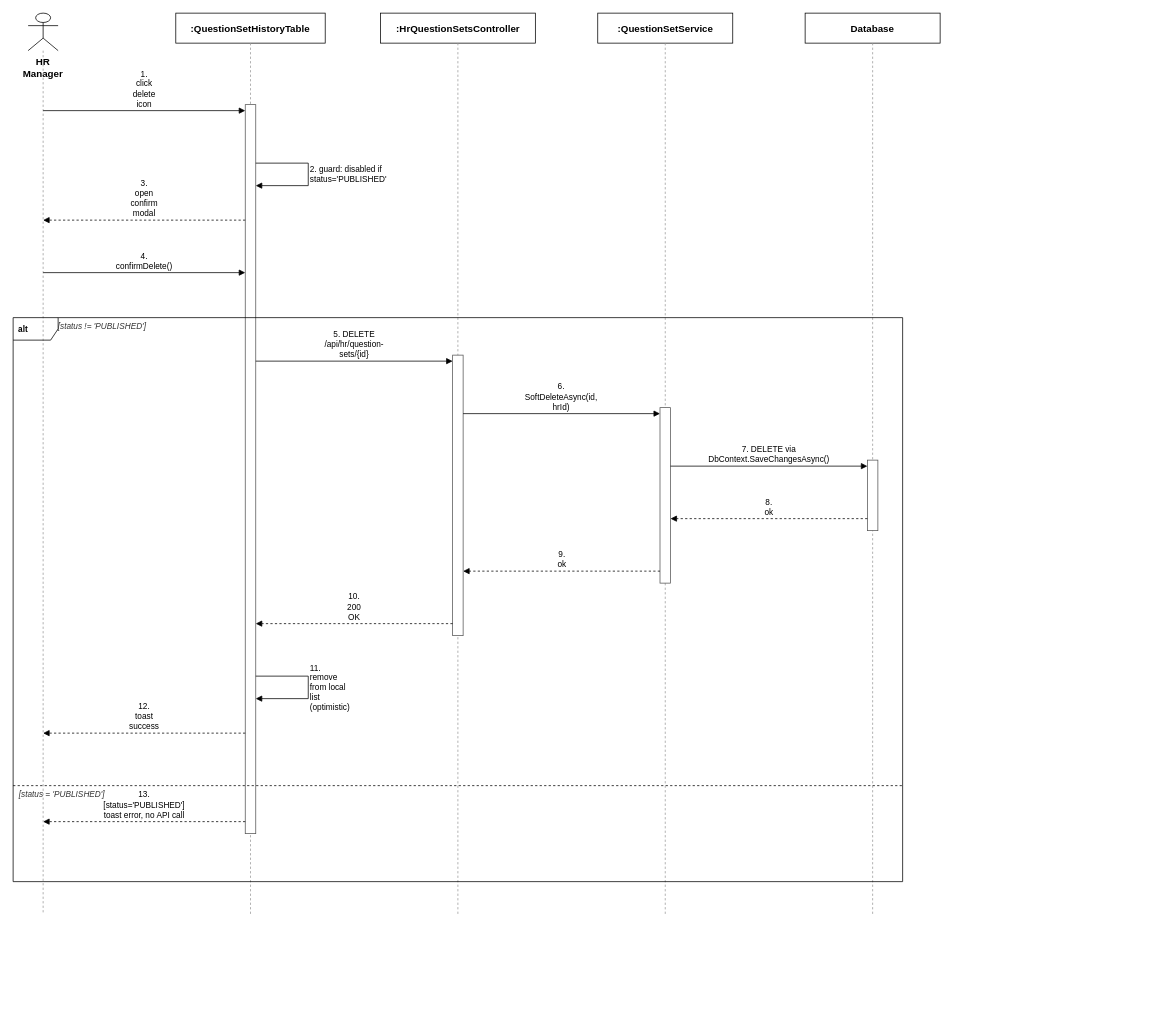
Earlier version of the draw.io diagram docs/qa/Nam_SequenceDiagram/Report4_SequenceDiagram_JobDescriptionManagement_DeleteJD.drawio (tulklk/AI_Interview_Question_Generation_RAG_LLM_FE). Source tidied: cells renumbered, new cells numbered last; positions are measured from the earlier drawing's top-left corner, leaving out a move shared by most shapes. Both pictures are drawn from the tidied source at 75%, with x=0, y=0 at pixel (13, 13).
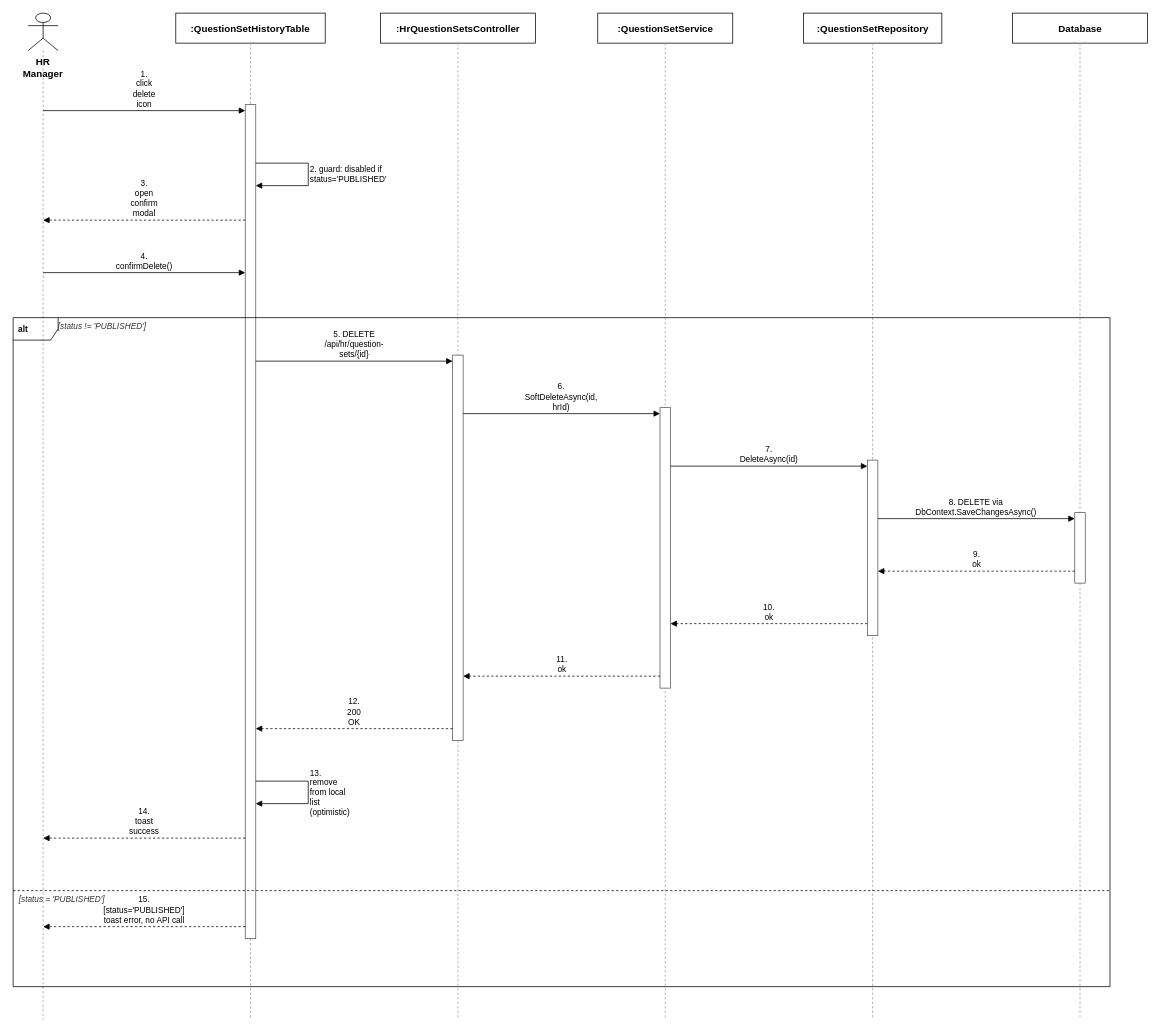
Above is the later version.

The edit, as a diff of the source:
```diff
@@
     <mxCell id="3" style="endArrow=none;dashed=1;html=1;strokeColor=#999999;" parent="1" edge="1">
       <mxGeometry relative="1" as="geometry">
         <mxPoint x="40" y="50" as="sourcePoint" />
-        <mxPoint x="40" y="1202" as="targetPoint" />
+        <mxPoint x="40" y="1342" as="targetPoint" />
       </mxGeometry>
     </mxCell>
@@
     <mxCell id="5" style="endArrow=none;dashed=1;html=1;strokeColor=#999999;" parent="1" edge="1">
       <mxGeometry relative="1" as="geometry">
         <mxPoint x="316.5" y="40" as="sourcePoint" />
-        <mxPoint x="316.5" y="1202" as="targetPoint" />
+        <mxPoint x="316.5" y="1342" as="targetPoint" />
       </mxGeometry>
     </mxCell>
@@
     <mxCell id="7" style="endArrow=none;dashed=1;html=1;strokeColor=#999999;" parent="1" edge="1">
       <mxGeometry relative="1" as="geometry">
         <mxPoint x="593" y="40" as="sourcePoint" />
-        <mxPoint x="593" y="1202" as="targetPoint" />
+        <mxPoint x="593" y="1342" as="targetPoint" />
       </mxGeometry>
     </mxCell>
@@
     <mxCell id="9" style="endArrow=none;dashed=1;html=1;strokeColor=#999999;" parent="1" edge="1">
       <mxGeometry relative="1" as="geometry">
         <mxPoint x="869.5" y="40" as="sourcePoint" />
-        <mxPoint x="869.5" y="1202" as="targetPoint" />
+        <mxPoint x="869.5" y="1342" as="targetPoint" />
       </mxGeometry>
     </mxCell>
-    <mxCell id="10" value="Database" style="rounded=0;whiteSpace=wrap;html=1;fontSize=13;fillColor=#ffffff;strokeColor=#000000;fontStyle=1;" parent="1" vertex="1">
-      <mxGeometry x="1056" width="180" height="40" as="geometry" />
+    <mxCell id="10" value=":QuestionSetRepository" style="rounded=0;whiteSpace=wrap;html=1;fontSize=13;fillColor=#ffffff;strokeColor=#000000;fontStyle=1;" parent="1" vertex="1">
+      <mxGeometry x="1053.7" width="184.6" height="40" as="geometry" />
     </mxCell>
     <mxCell id="11" style="endArrow=none;dashed=1;html=1;strokeColor=#999999;" parent="1" edge="1">
       <mxGeometry relative="1" as="geometry">
         <mxPoint x="1146" y="40" as="sourcePoint" />
-        <mxPoint x="1146" y="1202" as="targetPoint" />
+        <mxPoint x="1146" y="1342" as="targetPoint" />
       </mxGeometry>
     </mxCell>
-    <mxCell id="12" style="rounded=0;whiteSpace=wrap;html=1;fillColor=#ffffff;strokeColor=#555555;" parent="1" vertex="1">
-      <mxGeometry x="309.5" y="122" width="14" height="972" as="geometry" />
+    <mxCell id="12" value="Database" style="rounded=0;whiteSpace=wrap;html=1;fontSize=13;fillColor=#ffffff;strokeColor=#000000;fontStyle=1;" parent="1" vertex="1">
+      <mxGeometry x="1332.5" width="180" height="40" as="geometry" />
     </mxCell>
-    <mxCell id="13" style="rounded=0;whiteSpace=wrap;html=1;fillColor=#ffffff;strokeColor=#555555;" parent="1" vertex="1">
-      <mxGeometry x="586" y="456" width="14" height="374" as="geometry" />
+    <mxCell id="13" style="endArrow=none;dashed=1;html=1;strokeColor=#999999;" parent="1" edge="1">
+      <mxGeometry relative="1" as="geometry">
+        <mxPoint x="1422.5" y="40" as="sourcePoint" />
+        <mxPoint x="1422.5" y="1342" as="targetPoint" />
+      </mxGeometry>
     </mxCell>
     <mxCell id="14" style="rounded=0;whiteSpace=wrap;html=1;fillColor=#ffffff;strokeColor=#555555;" parent="1" vertex="1">
-      <mxGeometry x="862.5" y="526" width="14" height="234" as="geometry" />
+      <mxGeometry x="309.5" y="122" width="14" height="1112" as="geometry" />
     </mxCell>
     <mxCell id="15" style="rounded=0;whiteSpace=wrap;html=1;fillColor=#ffffff;strokeColor=#555555;" parent="1" vertex="1">
-      <mxGeometry x="1139" y="596" width="14" height="94" as="geometry" />
+      <mxGeometry x="586" y="456" width="14" height="514" as="geometry" />
     </mxCell>
-    <mxCell id="16" value="1. click delete icon" style="endArrow=block;endFill=1;html=1;whiteSpace=wrap;fontSize=11;align=center;verticalAlign=bottom;labelBackgroundColor=#ffffff;strokeColor=#000000;" parent="1" edge="1">
-      <mxGeometry relative="1" as="geometry">
-        <mxPoint x="40" y="130" as="sourcePoint" />
-        <mxPoint x="309.5" y="130" as="targetPoint" />
-      </mxGeometry>
+    <mxCell id="16" style="rounded=0;whiteSpace=wrap;html=1;fillColor=#ffffff;strokeColor=#555555;" parent="1" vertex="1">
+      <mxGeometry x="862.5" y="526" width="14" height="374" as="geometry" />
     </mxCell>
-    <mxCell id="17" value="2. guard: disabled if status='PUBLISHED'" style="endArrow=block;endFill=1;html=1;whiteSpace=wrap;fontSize=11;align=left;verticalAlign=middle;labelBackgroundColor=#ffffff;rounded=0;strokeColor=#000000;" parent="1" edge="1">
-      <mxGeometry relative="1" as="geometry">
-        <mxPoint x="323.5" y="200" as="sourcePoint" />
-        <mxPoint x="323.5" y="230" as="targetPoint" />
-        <Array as="points">
-          <mxPoint x="393.5" y="200" />
-          <mxPoint x="393.5" y="230" />
-        </Array>
-      </mxGeometry>
+    <mxCell id="17" style="rounded=0;whiteSpace=wrap;html=1;fillColor=#ffffff;strokeColor=#555555;" parent="1" vertex="1">
+      <mxGeometry x="1139" y="596" width="14" height="234" as="geometry" />
     </mxCell>
-    <mxCell id="18" value="3. open confirm modal" style="endArrow=block;endFill=1;html=1;whiteSpace=wrap;dashed=1;fontSize=11;align=center;verticalAlign=bottom;labelBackgroundColor=#ffffff;strokeColor=#000000;" parent="1" edge="1">
-      <mxGeometry relative="1" as="geometry">
-        <mxPoint x="309.5" y="276" as="sourcePoint" />
-        <mxPoint x="40" y="276" as="targetPoint" />
-      </mxGeometry>
+    <mxCell id="18" style="rounded=0;whiteSpace=wrap;html=1;fillColor=#ffffff;strokeColor=#555555;" parent="1" vertex="1">
+      <mxGeometry x="1415.5" y="666" width="14" height="94" as="geometry" />
     </mxCell>
-    <mxCell id="19" value="4. confirmDelete()" style="endArrow=block;endFill=1;html=1;whiteSpace=wrap;fontSize=11;align=center;verticalAlign=bottom;labelBackgroundColor=#ffffff;strokeColor=#000000;" parent="1" edge="1">
+    <mxCell id="19" value="1. click delete icon" style="endArrow=block;endFill=1;html=1;whiteSpace=wrap;fontSize=11;align=center;verticalAlign=bottom;labelBackgroundColor=#ffffff;strokeColor=#000000;" parent="1" edge="1">
       <mxGeometry relative="1" as="geometry">
-        <mxPoint x="40" y="346" as="sourcePoint" />
-        <mxPoint x="309.5" y="346" as="targetPoint" />
+        <mxPoint x="40" y="130" as="sourcePoint" />
+        <mxPoint x="309.5" y="130" as="targetPoint" />
       </mxGeometry>
     </mxCell>
-    <mxCell id="20" value="5. DELETE /api/hr/question-sets/{id}" style="endArrow=block;endFill=1;html=1;whiteSpace=wrap;fontSize=11;align=center;verticalAlign=bottom;labelBackgroundColor=#ffffff;strokeColor=#000000;" parent="1" edge="1">
+    <mxCell id="20" value="2. guard: disabled if status='PUBLISHED'" style="endArrow=block;endFill=1;html=1;whiteSpace=wrap;fontSize=11;align=left;verticalAlign=middle;labelBackgroundColor=#ffffff;rounded=0;strokeColor=#000000;" parent="1" edge="1">
       <mxGeometry relative="1" as="geometry">
-        <mxPoint x="323.5" y="464" as="sourcePoint" />
-        <mxPoint x="586" y="464" as="targetPoint" />
+        <mxPoint x="323.5" y="200" as="sourcePoint" />
+        <mxPoint x="323.5" y="230" as="targetPoint" />
+        <Array as="points">
+          <mxPoint x="393.5" y="200" />
+          <mxPoint x="393.5" y="230" />
+        </Array>
       </mxGeometry>
     </mxCell>
-    <mxCell id="21" value="6. SoftDeleteAsync(id, hrId)" style="endArrow=block;endFill=1;html=1;whiteSpace=wrap;fontSize=11;align=center;verticalAlign=bottom;labelBackgroundColor=#ffffff;strokeColor=#000000;" parent="1" edge="1">
+    <mxCell id="21" value="3. open confirm modal" style="endArrow=block;endFill=1;html=1;whiteSpace=wrap;dashed=1;fontSize=11;align=center;verticalAlign=bottom;labelBackgroundColor=#ffffff;strokeColor=#000000;" parent="1" edge="1">
       <mxGeometry relative="1" as="geometry">
-        <mxPoint x="600" y="534" as="sourcePoint" />
-        <mxPoint x="862.5" y="534" as="targetPoint" />
+        <mxPoint x="309.5" y="276" as="sourcePoint" />
+        <mxPoint x="40" y="276" as="targetPoint" />
       </mxGeometry>
     </mxCell>
-    <mxCell id="22" value="7. DELETE via DbContext.SaveChangesAsync()" style="endArrow=block;endFill=1;html=1;whiteSpace=wrap;fontSize=11;align=center;verticalAlign=bottom;labelBackgroundColor=#ffffff;strokeColor=#000000;" parent="1" edge="1">
+    <mxCell id="22" value="4. confirmDelete()" style="endArrow=block;endFill=1;html=1;whiteSpace=wrap;fontSize=11;align=center;verticalAlign=bottom;labelBackgroundColor=#ffffff;strokeColor=#000000;" parent="1" edge="1">
       <mxGeometry relative="1" as="geometry">
-        <mxPoint x="876.5" y="604" as="sourcePoint" />
-        <mxPoint x="1139" y="604" as="targetPoint" />
+        <mxPoint x="40" y="346" as="sourcePoint" />
+        <mxPoint x="309.5" y="346" as="targetPoint" />
       </mxGeometry>
     </mxCell>
-    <mxCell id="23" value="8. ok" style="endArrow=block;endFill=1;html=1;whiteSpace=wrap;dashed=1;fontSize=11;align=center;verticalAlign=bottom;labelBackgroundColor=#ffffff;strokeColor=#000000;" parent="1" edge="1">
+    <mxCell id="23" value="5. DELETE /api/hr/question-sets/{id}" style="endArrow=block;endFill=1;html=1;whiteSpace=wrap;fontSize=11;align=center;verticalAlign=bottom;labelBackgroundColor=#ffffff;strokeColor=#000000;" parent="1" edge="1">
       <mxGeometry relative="1" as="geometry">
-        <mxPoint x="1139" y="674" as="sourcePoint" />
-        <mxPoint x="876.5" y="674" as="targetPoint" />
+        <mxPoint x="323.5" y="464" as="sourcePoint" />
+        <mxPoint x="586" y="464" as="targetPoint" />
       </mxGeometry>
     </mxCell>
-    <mxCell id="24" value="9. ok" style="endArrow=block;endFill=1;html=1;whiteSpace=wrap;dashed=1;fontSize=11;align=center;verticalAlign=bottom;labelBackgroundColor=#ffffff;strokeColor=#000000;" parent="1" edge="1">
+    <mxCell id="24" value="6. SoftDeleteAsync(id, hrId)" style="endArrow=block;endFill=1;html=1;whiteSpace=wrap;fontSize=11;align=center;verticalAlign=bottom;labelBackgroundColor=#ffffff;strokeColor=#000000;" parent="1" edge="1">
       <mxGeometry relative="1" as="geometry">
-        <mxPoint x="862.5" y="744" as="sourcePoint" />
-        <mxPoint x="600" y="744" as="targetPoint" />
+        <mxPoint x="600" y="534" as="sourcePoint" />
+        <mxPoint x="862.5" y="534" as="targetPoint" />
       </mxGeometry>
     </mxCell>
-    <mxCell id="25" value="10. 200 OK" style="endArrow=block;endFill=1;html=1;whiteSpace=wrap;dashed=1;fontSize=11;align=center;verticalAlign=bottom;labelBackgroundColor=#ffffff;strokeColor=#000000;" parent="1" edge="1">
+    <mxCell id="25" value="7. DeleteAsync(id)" style="endArrow=block;endFill=1;html=1;whiteSpace=wrap;fontSize=11;align=center;verticalAlign=bottom;labelBackgroundColor=#ffffff;strokeColor=#000000;" parent="1" edge="1">
       <mxGeometry relative="1" as="geometry">
-        <mxPoint x="586" y="814" as="sourcePoint" />
-        <mxPoint x="323.5" y="814" as="targetPoint" />
+        <mxPoint x="876.5" y="604" as="sourcePoint" />
+        <mxPoint x="1139" y="604" as="targetPoint" />
       </mxGeometry>
     </mxCell>
-    <mxCell id="26" value="11. remove from local list (optimistic)" style="endArrow=block;endFill=1;html=1;whiteSpace=wrap;fontSize=11;align=left;verticalAlign=middle;labelBackgroundColor=#ffffff;rounded=0;strokeColor=#000000;" parent="1" edge="1">
+    <mxCell id="26" value="8. DELETE via DbContext.SaveChangesAsync()" style="endArrow=block;endFill=1;html=1;whiteSpace=wrap;fontSize=11;align=center;verticalAlign=bottom;labelBackgroundColor=#ffffff;strokeColor=#000000;" parent="1" edge="1">
       <mxGeometry relative="1" as="geometry">
-        <mxPoint x="323.5" y="884" as="sourcePoint" />
-        <mxPoint x="323.5" y="914" as="targetPoint" />
-        <Array as="points">
-          <mxPoint x="393.5" y="884" />
-          <mxPoint x="393.5" y="914" />
-        </Array>
+        <mxPoint x="1153" y="674" as="sourcePoint" />
+        <mxPoint x="1415.5" y="674" as="targetPoint" />
       </mxGeometry>
     </mxCell>
-    <mxCell id="27" value="12. toast success" style="endArrow=block;endFill=1;html=1;whiteSpace=wrap;dashed=1;fontSize=11;align=center;verticalAlign=bottom;labelBackgroundColor=#ffffff;strokeColor=#000000;" parent="1" edge="1">
+    <mxCell id="27" value="9. ok" style="endArrow=block;endFill=1;html=1;whiteSpace=wrap;dashed=1;fontSize=11;align=center;verticalAlign=bottom;labelBackgroundColor=#ffffff;strokeColor=#000000;" parent="1" edge="1">
       <mxGeometry relative="1" as="geometry">
-        <mxPoint x="309.5" y="960" as="sourcePoint" />
-        <mxPoint x="40" y="960" as="targetPoint" />
+        <mxPoint x="1415.5" y="744" as="sourcePoint" />
+        <mxPoint x="1153" y="744" as="targetPoint" />
       </mxGeometry>
     </mxCell>
-    <mxCell id="28" value="13. [status='PUBLISHED'] toast error, no API call" style="endArrow=block;endFill=1;html=1;whiteSpace=wrap;dashed=1;fontSize=11;align=center;verticalAlign=bottom;labelBackgroundColor=#ffffff;strokeColor=#000000;" parent="1" edge="1">
+    <mxCell id="28" value="10. ok" style="endArrow=block;endFill=1;html=1;whiteSpace=wrap;dashed=1;fontSize=11;align=center;verticalAlign=bottom;labelBackgroundColor=#ffffff;strokeColor=#000000;" parent="1" edge="1">
       <mxGeometry relative="1" as="geometry">
-        <mxPoint x="309.5" y="1078" as="sourcePoint" />
-        <mxPoint x="40" y="1078" as="targetPoint" />
+        <mxPoint x="1139" y="814" as="sourcePoint" />
+        <mxPoint x="876.5" y="814" as="targetPoint" />
       </mxGeometry>
     </mxCell>
-    <mxCell id="29" value="&lt;b&gt;&amp;nbsp;alt&amp;nbsp;&lt;/b&gt;" style="shape=umlFrame;whiteSpace=wrap;html=1;align=left;verticalAlign=top;fontSize=11;spacingLeft=2;spacingTop=2;strokeColor=#000000;fillColor=none;" parent="1" vertex="1">
-      <mxGeometry y="406" width="1186" height="752" as="geometry" />
+    <mxCell id="29" value="11. ok" style="endArrow=block;endFill=1;html=1;whiteSpace=wrap;dashed=1;fontSize=11;align=center;verticalAlign=bottom;labelBackgroundColor=#ffffff;strokeColor=#000000;" parent="1" edge="1">
+      <mxGeometry relative="1" as="geometry">
+        <mxPoint x="862.5" y="884" as="sourcePoint" />
+        <mxPoint x="600" y="884" as="targetPoint" />
+      </mxGeometry>
     </mxCell>
-    <mxCell id="30" value="[status != 'PUBLISHED']" style="text;html=1;align=left;verticalAlign=middle;fontSize=11;fontColor=#333333;fontStyle=2;" parent="1" vertex="1">
-      <mxGeometry x="58" y="408" width="1122" height="20" as="geometry" />
+    <mxCell id="30" value="12. 200 OK" style="endArrow=block;endFill=1;html=1;whiteSpace=wrap;dashed=1;fontSize=11;align=center;verticalAlign=bottom;labelBackgroundColor=#ffffff;strokeColor=#000000;" parent="1" edge="1">
+      <mxGeometry relative="1" as="geometry">
+        <mxPoint x="586" y="954" as="sourcePoint" />
+        <mxPoint x="323.5" y="954" as="targetPoint" />
+      </mxGeometry>
     </mxCell>
-    <mxCell id="31" style="endArrow=none;dashed=1;html=1;strokeColor=#000000;" parent="1" edge="1">
+    <mxCell id="31" value="13. remove from local list (optimistic)" style="endArrow=block;endFill=1;html=1;whiteSpace=wrap;fontSize=11;align=left;verticalAlign=middle;labelBackgroundColor=#ffffff;rounded=0;strokeColor=#000000;" parent="1" edge="1">
       <mxGeometry relative="1" as="geometry">
-        <mxPoint y="1030" as="sourcePoint" />
-        <mxPoint x="1186" y="1030" as="targetPoint" />
+        <mxPoint x="323.5" y="1024" as="sourcePoint" />
+        <mxPoint x="323.5" y="1054" as="targetPoint" />
+        <Array as="points">
+          <mxPoint x="393.5" y="1024" />
+          <mxPoint x="393.5" y="1054" />
+        </Array>
       </mxGeometry>
     </mxCell>
-    <mxCell id="32" value="[status = 'PUBLISHED']" style="text;html=1;align=left;verticalAlign=middle;fontSize=11;fontColor=#333333;fontStyle=2;" parent="1" vertex="1">
-      <mxGeometry x="6" y="1032" width="1174" height="20" as="geometry" />
+    <mxCell id="32" value="14. toast success" style="endArrow=block;endFill=1;html=1;whiteSpace=wrap;dashed=1;fontSize=11;align=center;verticalAlign=bottom;labelBackgroundColor=#ffffff;strokeColor=#000000;" parent="1" edge="1">
+      <mxGeometry relative="1" as="geometry">
+        <mxPoint x="309.5" y="1100" as="sourcePoint" />
+        <mxPoint x="40" y="1100" as="targetPoint" />
+      </mxGeometry>
     </mxCell>
+    <mxCell id="33" value="15. [status='PUBLISHED'] toast error, no API call" style="endArrow=block;endFill=1;html=1;whiteSpace=wrap;dashed=1;fontSize=11;align=center;verticalAlign=bottom;labelBackgroundColor=#ffffff;strokeColor=#000000;" parent="1" edge="1">
+      <mxGeometry relative="1" as="geometry">
+        <mxPoint x="309.5" y="1218" as="sourcePoint" />
+        <mxPoint x="40" y="1218" as="targetPoint" />
+      </mxGeometry>
+    </mxCell>
+    <mxCell id="34" value="&lt;b&gt;&amp;nbsp;alt&amp;nbsp;&lt;/b&gt;" style="shape=umlFrame;whiteSpace=wrap;html=1;align=left;verticalAlign=top;fontSize=11;spacingLeft=2;spacingTop=2;strokeColor=#000000;fillColor=none;" parent="1" vertex="1">
+      <mxGeometry y="406" width="1462.5" height="892" as="geometry" />
+    </mxCell>
+    <mxCell id="35" value="[status != 'PUBLISHED']" style="text;html=1;align=left;verticalAlign=middle;fontSize=11;fontColor=#333333;fontStyle=2;" parent="1" vertex="1">
+      <mxGeometry x="58" y="408" width="1398.5" height="20" as="geometry" />
+    </mxCell>
+    <mxCell id="36" style="endArrow=none;dashed=1;html=1;strokeColor=#000000;" parent="1" edge="1">
+      <mxGeometry relative="1" as="geometry">
+        <mxPoint y="1170" as="sourcePoint" />
+        <mxPoint x="1462.5" y="1170" as="targetPoint" />
+      </mxGeometry>
+    </mxCell>
+    <mxCell id="37" value="[status = 'PUBLISHED']" style="text;html=1;align=left;verticalAlign=middle;fontSize=11;fontColor=#333333;fontStyle=2;" parent="1" vertex="1">
+      <mxGeometry x="6" y="1172" width="1450.5" height="20" as="geometry" />
+    </mxCell>
```
